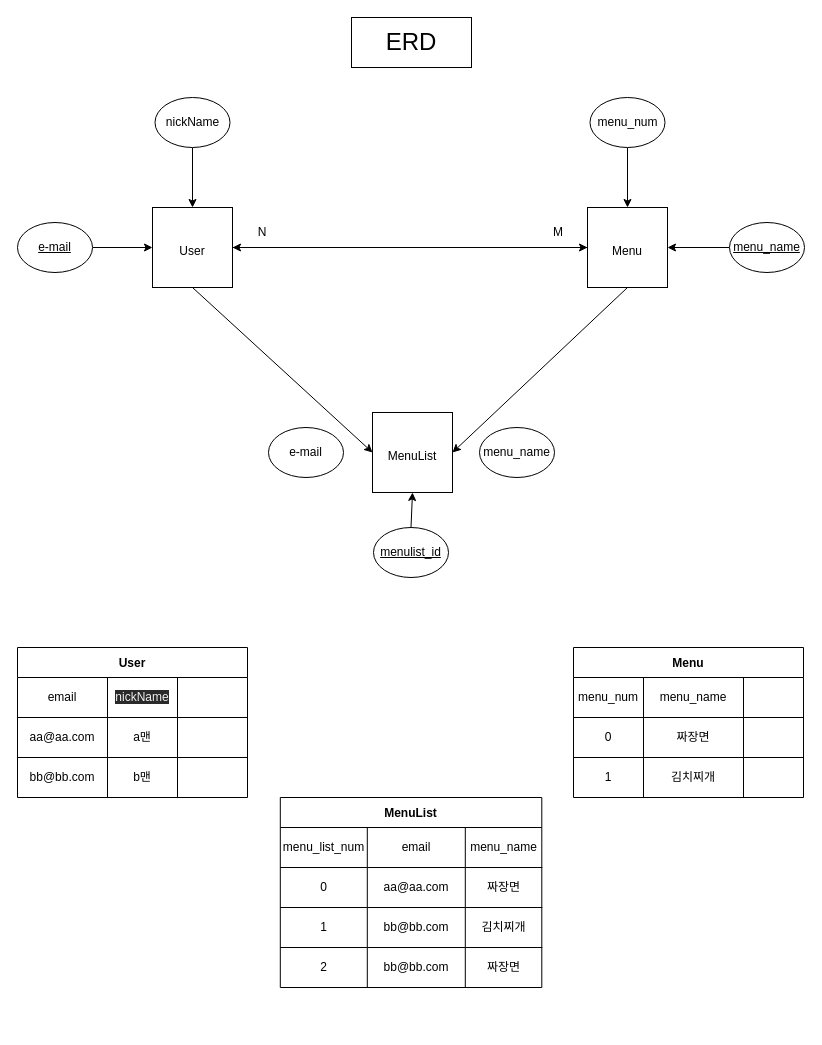
jungcolor/app_project keeps this draw.io diagram as http-server-build-final/server/_ERD/db.drawio. Above is the earlier version. Source tidied: cells renumbered, new cells numbered last; positions are measured from the earlier drawing's top-left corner, leaving out a move shared by most shapes. Both pictures are drawn from the tidied source at 100%, with x=0, y=0 at pixel (17, 17).
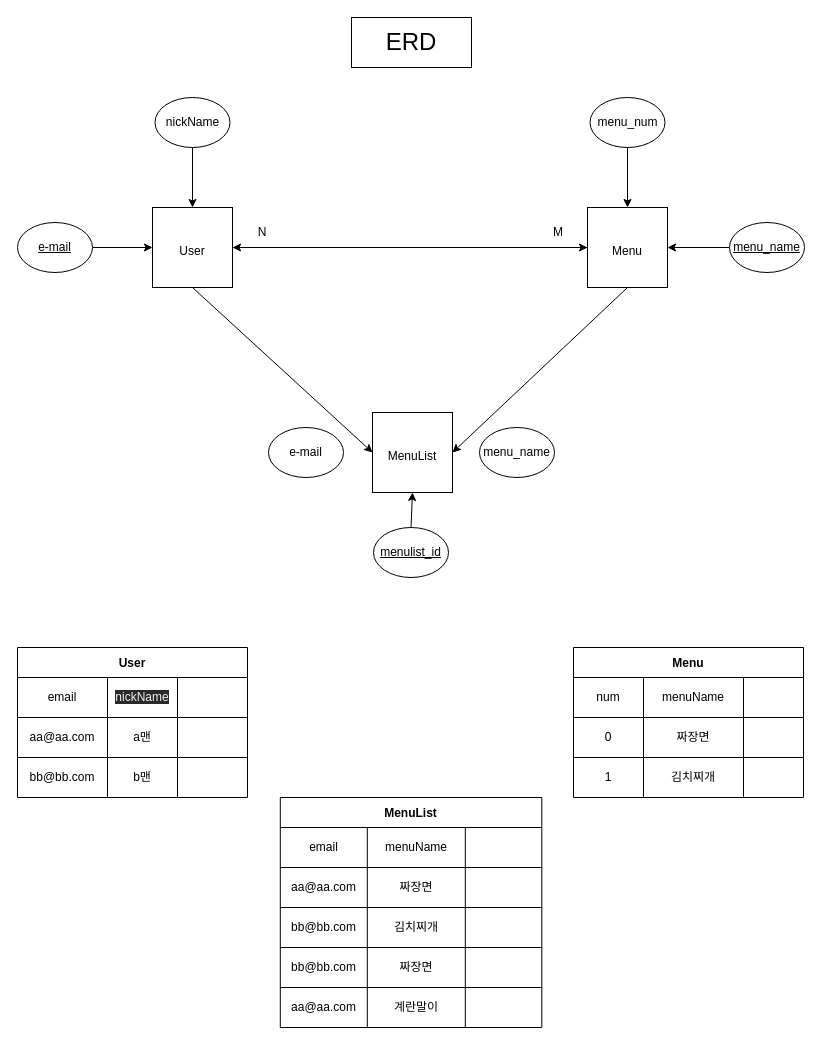
After the change.

The change refers to these unchanged cells:
```xml
<mxCell id="39" style="shape=partialRectangle;html=1;whiteSpace=wrap;fillColor=none;top=0;left=0;bottom=0;right=0;" parent="38" vertex="1">
  <mxGeometry y="30" width="230" height="40" as="geometry" />
</mxCell>
<mxCell id="52" style="shape=partialRectangle;html=1;whiteSpace=wrap;fillColor=none;top=0;left=0;bottom=0;right=0;" parent="51" vertex="1">
  <mxGeometry y="30" width="261.5" height="40" as="geometry" />
</mxCell>
<mxCell id="56" style="shape=partialRectangle;html=1;whiteSpace=wrap;fillColor=none;top=0;left=0;bottom=0;right=0;" parent="51" vertex="1">
  <mxGeometry y="70" width="261.5" height="40" as="geometry" />
</mxCell>
<mxCell id="60" style="shape=partialRectangle;html=1;whiteSpace=wrap;fillColor=none;top=0;left=0;bottom=0;right=0;" parent="51" vertex="1">
  <mxGeometry y="110" width="261.5" height="40" as="geometry" />
</mxCell>
<mxCell id="64" style="shape=partialRectangle;html=1;whiteSpace=wrap;fillColor=none;top=0;left=0;bottom=0;right=0;" parent="51" vertex="1">
  <mxGeometry y="150" width="261.5" height="40" as="geometry" />
</mxCell>
```

What changed in the source:
```diff
@@
-    <mxCell id="40" value="&lt;span&gt;menu_num&lt;br&gt;&lt;/span&gt;" style="shape=partialRectangle;html=1;whiteSpace=wrap;fillColor=none;top=0;left=0;bottom=0;right=0;overflow=hidden;" parent="39" vertex="1">
+    <mxCell id="40" value="&lt;span&gt;num&lt;br&gt;&lt;/span&gt;" style="shape=partialRectangle;html=1;whiteSpace=wrap;fillColor=none;top=0;left=0;bottom=0;right=0;overflow=hidden;" parent="39" vertex="1">
       <mxGeometry width="70" height="40" as="geometry" />
     </mxCell>
-    <mxCell id="41" value="&lt;font face=&quot;helvetica&quot;&gt;menu_name&lt;/font&gt;" style="shape=partialRectangle;html=1;whiteSpace=wrap;fillColor=none;top=0;left=0;bottom=0;right=0;overflow=hidden;" parent="39" vertex="1">
+    <mxCell id="41" value="&lt;font face=&quot;helvetica&quot;&gt;menuName&lt;/font&gt;" style="shape=partialRectangle;html=1;whiteSpace=wrap;fillColor=none;top=0;left=0;bottom=0;right=0;overflow=hidden;" parent="39" vertex="1">
       <mxGeometry x="70" width="100" height="40" as="geometry" />
     </mxCell>
@@
     <mxCell id="51" value="MenuList" style="shape=table;startSize=30;childLayout=tableLayout;fontStyle=1;align=center;" parent="1" vertex="1">
-      <mxGeometry x="262.8" y="780" width="261.5" height="190" as="geometry" />
+      <mxGeometry x="262.8" y="780" width="261.5" height="230" as="geometry" />
     </mxCell>
@@
-    <mxCell id="53" value="&lt;span&gt;menu_list_num&lt;/span&gt;" style="shape=partialRectangle;html=1;whiteSpace=wrap;fillColor=none;top=0;left=0;bottom=0;right=0;overflow=hidden;" parent="52" vertex="1">
+    <mxCell id="53" value="&lt;span&gt;email&lt;/span&gt;" style="shape=partialRectangle;html=1;whiteSpace=wrap;fillColor=none;top=0;left=0;bottom=0;right=0;overflow=hidden;" parent="52" vertex="1">
       <mxGeometry width="87" height="40" as="geometry" />
     </mxCell>
-    <mxCell id="54" value="email" style="shape=partialRectangle;html=1;whiteSpace=wrap;fillColor=none;top=0;left=0;bottom=0;right=0;overflow=hidden;" parent="52" vertex="1">
+    <mxCell id="54" value="menuName" style="shape=partialRectangle;html=1;whiteSpace=wrap;fillColor=none;top=0;left=0;bottom=0;right=0;overflow=hidden;" parent="52" vertex="1">
       <mxGeometry x="87" width="98" height="40" as="geometry" />
     </mxCell>
-    <mxCell id="55" value="menu_name" style="shape=partialRectangle;html=1;whiteSpace=wrap;fillColor=none;top=0;left=0;bottom=0;right=0;overflow=hidden;" parent="52" vertex="1">
+    <mxCell id="55" style="shape=partialRectangle;html=1;whiteSpace=wrap;fillColor=none;top=0;left=0;bottom=0;right=0;overflow=hidden;" parent="52" vertex="1">
       <mxGeometry x="185" width="77" height="40" as="geometry" />
     </mxCell>
@@
-    <mxCell id="57" value="&lt;span&gt;0&lt;/span&gt;" style="shape=partialRectangle;html=1;whiteSpace=wrap;fillColor=none;top=0;left=0;bottom=0;right=0;overflow=hidden;" parent="56" vertex="1">
+    <mxCell id="57" value="&lt;span&gt;aa@aa.com&lt;/span&gt;" style="shape=partialRectangle;html=1;whiteSpace=wrap;fillColor=none;top=0;left=0;bottom=0;right=0;overflow=hidden;" parent="56" vertex="1">
       <mxGeometry width="87" height="40" as="geometry" />
     </mxCell>
-    <mxCell id="58" value="aa@aa.com" style="shape=partialRectangle;html=1;whiteSpace=wrap;fillColor=none;top=0;left=0;bottom=0;right=0;overflow=hidden;" parent="56" vertex="1">
+    <mxCell id="58" value="&lt;span&gt;짜장면&lt;/span&gt;" style="shape=partialRectangle;html=1;whiteSpace=wrap;fillColor=none;top=0;left=0;bottom=0;right=0;overflow=hidden;" parent="56" vertex="1">
       <mxGeometry x="87" width="98" height="40" as="geometry" />
     </mxCell>
-    <mxCell id="59" value="짜장면" style="shape=partialRectangle;html=1;whiteSpace=wrap;fillColor=none;top=0;left=0;bottom=0;right=0;overflow=hidden;" parent="56" vertex="1">
+    <mxCell id="59" style="shape=partialRectangle;html=1;whiteSpace=wrap;fillColor=none;top=0;left=0;bottom=0;right=0;overflow=hidden;" parent="56" vertex="1">
       <mxGeometry x="185" width="77" height="40" as="geometry" />
     </mxCell>
@@
-    <mxCell id="61" value="1" style="shape=partialRectangle;html=1;whiteSpace=wrap;fillColor=none;top=0;left=0;bottom=0;right=0;overflow=hidden;" parent="60" vertex="1">
+    <mxCell id="61" value="&lt;span&gt;bb@bb.com&lt;/span&gt;" style="shape=partialRectangle;html=1;whiteSpace=wrap;fillColor=none;top=0;left=0;bottom=0;right=0;overflow=hidden;" parent="60" vertex="1">
       <mxGeometry width="87" height="40" as="geometry" />
     </mxCell>
-    <mxCell id="62" value="bb@bb.com" style="shape=partialRectangle;html=1;whiteSpace=wrap;fillColor=none;top=0;left=0;bottom=0;right=0;overflow=hidden;" parent="60" vertex="1">
+    <mxCell id="62" value="&lt;span&gt;김치찌개&lt;/span&gt;" style="shape=partialRectangle;html=1;whiteSpace=wrap;fillColor=none;top=0;left=0;bottom=0;right=0;overflow=hidden;" parent="60" vertex="1">
       <mxGeometry x="87" width="98" height="40" as="geometry" />
     </mxCell>
-    <mxCell id="63" value="김치찌개" style="shape=partialRectangle;html=1;whiteSpace=wrap;fillColor=none;top=0;left=0;bottom=0;right=0;overflow=hidden;" parent="60" vertex="1">
+    <mxCell id="63" style="shape=partialRectangle;html=1;whiteSpace=wrap;fillColor=none;top=0;left=0;bottom=0;right=0;overflow=hidden;" parent="60" vertex="1">
       <mxGeometry x="185" width="77" height="40" as="geometry" />
     </mxCell>
@@
-    <mxCell id="65" value="2" style="shape=partialRectangle;html=1;whiteSpace=wrap;fillColor=none;top=0;left=0;bottom=0;right=0;overflow=hidden;" parent="64" vertex="1">
+    <mxCell id="65" value="&lt;span&gt;bb@bb.com&lt;/span&gt;" style="shape=partialRectangle;html=1;whiteSpace=wrap;fillColor=none;top=0;left=0;bottom=0;right=0;overflow=hidden;" parent="64" vertex="1">
       <mxGeometry width="87" height="40" as="geometry" />
     </mxCell>
-    <mxCell id="66" value="bb@bb.com" style="shape=partialRectangle;html=1;whiteSpace=wrap;fillColor=none;top=0;left=0;bottom=0;right=0;overflow=hidden;" parent="64" vertex="1">
+    <mxCell id="66" value="&lt;span&gt;짜장면&lt;/span&gt;" style="shape=partialRectangle;html=1;whiteSpace=wrap;fillColor=none;top=0;left=0;bottom=0;right=0;overflow=hidden;" parent="64" vertex="1">
       <mxGeometry x="87" width="98" height="40" as="geometry" />
     </mxCell>
-    <mxCell id="67" value="짜장면" style="shape=partialRectangle;html=1;whiteSpace=wrap;fillColor=none;top=0;left=0;bottom=0;right=0;overflow=hidden;" parent="64" vertex="1">
+    <mxCell id="67" style="shape=partialRectangle;html=1;whiteSpace=wrap;fillColor=none;top=0;left=0;bottom=0;right=0;overflow=hidden;" parent="64" vertex="1">
       <mxGeometry x="185" width="77" height="40" as="geometry" />
     </mxCell>
+    <mxCell id="68" style="shape=partialRectangle;html=1;whiteSpace=wrap;fillColor=none;top=0;left=0;bottom=0;right=0;" parent="51" vertex="1">
+      <mxGeometry y="190" width="261.5" height="40" as="geometry" />
+    </mxCell>
+    <mxCell id="69" value="&lt;span&gt;aa@aa.com&lt;/span&gt;" style="shape=partialRectangle;html=1;whiteSpace=wrap;fillColor=none;top=0;left=0;bottom=0;right=0;overflow=hidden;" parent="68" vertex="1">
+      <mxGeometry width="87" height="40" as="geometry" />
+    </mxCell>
+    <mxCell id="70" value="계란말이" style="shape=partialRectangle;html=1;whiteSpace=wrap;fillColor=none;top=0;left=0;bottom=0;right=0;overflow=hidden;" parent="68" vertex="1">
+      <mxGeometry x="87" width="98" height="40" as="geometry" />
+    </mxCell>
+    <mxCell id="71" style="shape=partialRectangle;html=1;whiteSpace=wrap;fillColor=none;top=0;left=0;bottom=0;right=0;overflow=hidden;" parent="68" vertex="1">
+      <mxGeometry x="185" width="77" height="40" as="geometry" />
+    </mxCell>
```
